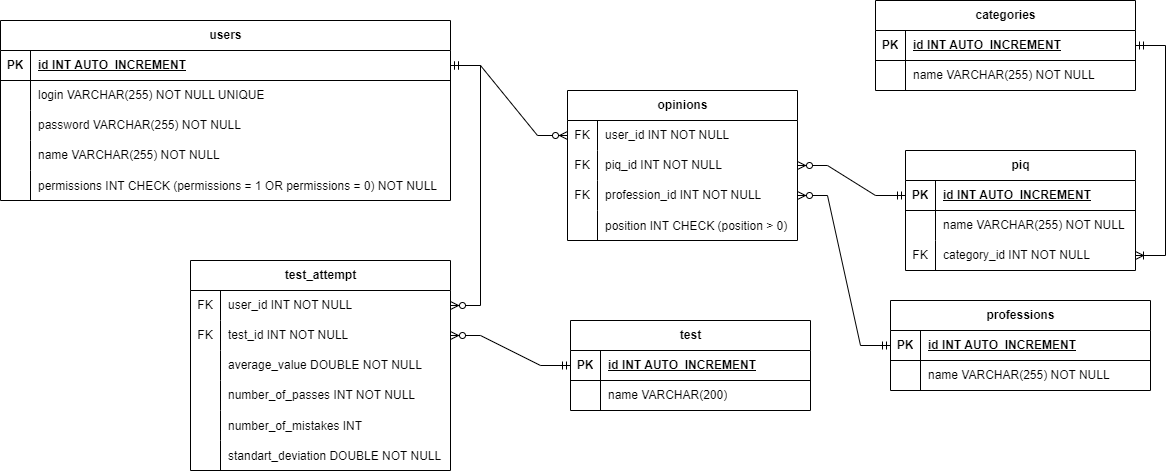
Earlier version of the draw.io export labaOPDOPDOPD/db_things/opdopdopd.png (naku0/OPDOPDOPD). Source tidied: cells renumbered, new cells last; positions are measured from the earlier drawing's top-left corner, leaving out a move shared by most shapes.
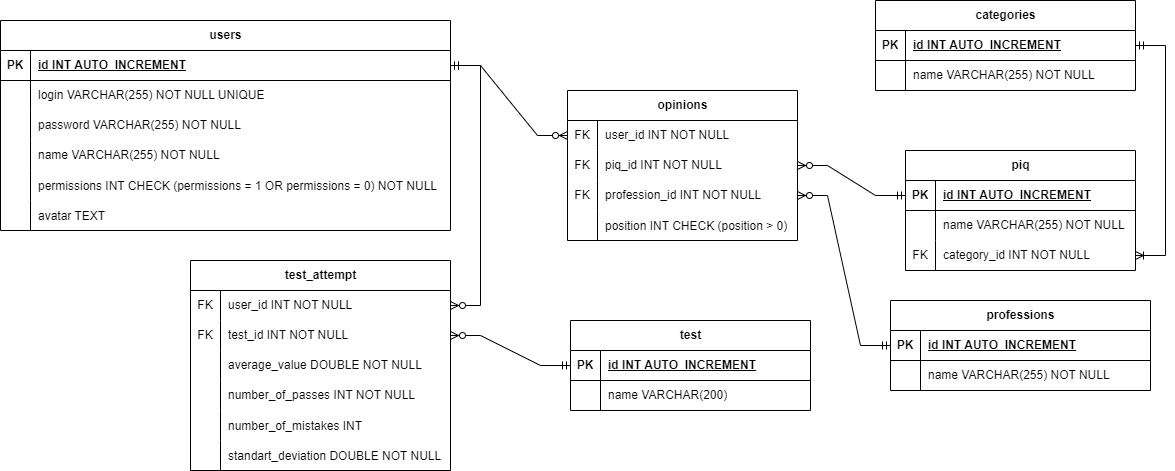
After the change.

Commit message:
upd jsonSend function

The edit, as a diff of the source:
```diff
@@ -3,7 +3,7 @@
     <mxCell id="0" />
     <mxCell id="1" parent="0" />
     <mxCell id="2" value="users" style="shape=table;startSize=30;rowLines=0;fontStyle=1;align=center;html=1;" parent="1" vertex="1">
-      <mxGeometry y="20" width="450" height="180" as="geometry" />
+      <mxGeometry y="20" width="450" height="210" as="geometry" />
     </mxCell>
     <mxCell id="3" style="shape=tableRow;horizontal=0;startSize=0;swimlaneHead=0;swimlaneBody=0;fillColor=none;points=[[0,0.5],[1,0.5]];portConstraint=eastwest;top=0;left=0;right=0;bottom=1;" parent="2" vertex="1">
       <mxGeometry y="30" width="450" height="30" as="geometry" />
@@ -50,6 +50,15 @@
     <mxCell id="17" value="permissions INT CHECK (permissions = 1 OR permissions = 0) NOT NULL" style="shape=partialRectangle;fillColor=none;top=0;left=0;bottom=0;right=0;align=left;spacingLeft=6;overflow=hidden;" parent="15" vertex="1">
       <mxGeometry x="30" width="420" height="30" as="geometry" />
     </mxCell>
+    <mxCell id="87" style="shape=tableRow;horizontal=0;startSize=0;swimlaneHead=0;swimlaneBody=0;fillColor=none;top=0;left=0;right=0;bottom=0;" parent="2" vertex="1">
+      <mxGeometry y="180" width="450" height="30" as="geometry" />
+    </mxCell>
+    <mxCell id="88" style="shape=partialRectangle;fillColor=none;top=0;left=0;bottom=0;right=0;overflow=hidden;" parent="87" vertex="1">
+      <mxGeometry width="30" height="30" as="geometry" />
+    </mxCell>
+    <mxCell id="89" value="avatar TEXT" style="shape=partialRectangle;fillColor=none;top=0;left=0;bottom=0;right=0;align=left;spacingLeft=6;overflow=hidden;" parent="87" vertex="1">
+      <mxGeometry x="30" width="420" height="30" as="geometry" />
+    </mxCell>
     <mxCell id="18" value="professions" style="shape=table;startSize=30;rowLines=0;fontStyle=1;align=center;html=1;" parent="1" vertex="1">
       <mxGeometry x="890" y="300" width="260" height="90" as="geometry" />
     </mxCell>
```
